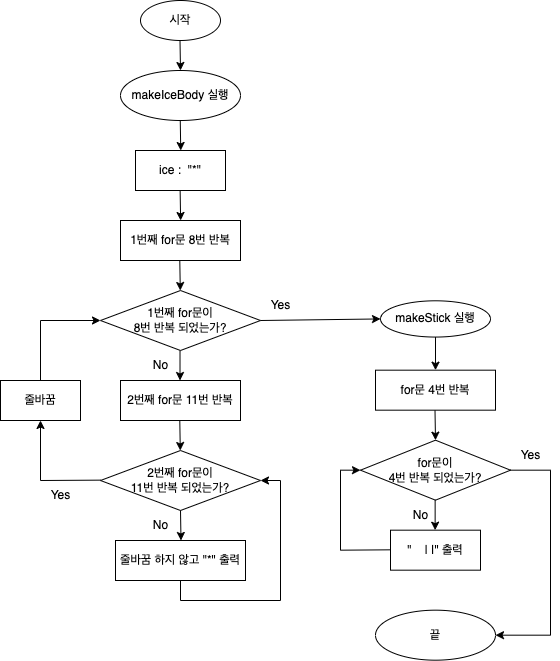
Before: CodeStarterCamp_Week1/makeIcecream 순서도.png, a diagram exported from draw.io (yagom-academy/swift-starter-Round1). Source tidied: cells renumbered, new cells last; positions are measured from the earlier drawing's top-left corner, leaving out a move shared by most shapes.
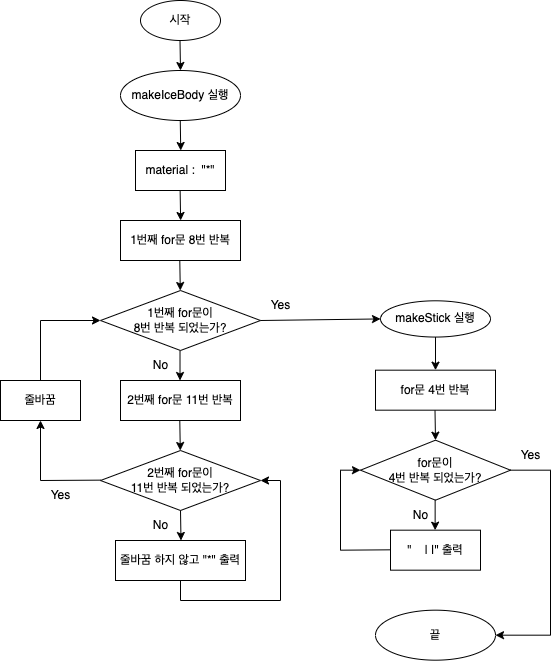
After the commit.

Commit message:
파라미터명 변경

Diff of the diagram source:
```diff
@@ -17,7 +17,7 @@
     <mxCell id="4" value="1번째 for문이 &lt;br&gt;8번 반복 되었는가?" style="rhombus;whiteSpace=wrap;html=1;" parent="1" vertex="1">
       <mxGeometry x="100" y="290" width="160" height="60" as="geometry" />
     </mxCell>
-    <mxCell id="5" value="ice :&amp;nbsp; &quot;*&quot;" style="rounded=0;whiteSpace=wrap;html=1;" parent="1" vertex="1">
+    <mxCell id="5" value="material :&amp;nbsp; &quot;*&quot;" style="rounded=0;whiteSpace=wrap;html=1;" parent="1" vertex="1">
       <mxGeometry x="135" y="150" width="90" height="40" as="geometry" />
     </mxCell>
     <mxCell id="6" value="시작" style="ellipse;whiteSpace=wrap;html=1;" parent="1" vertex="1">
```
